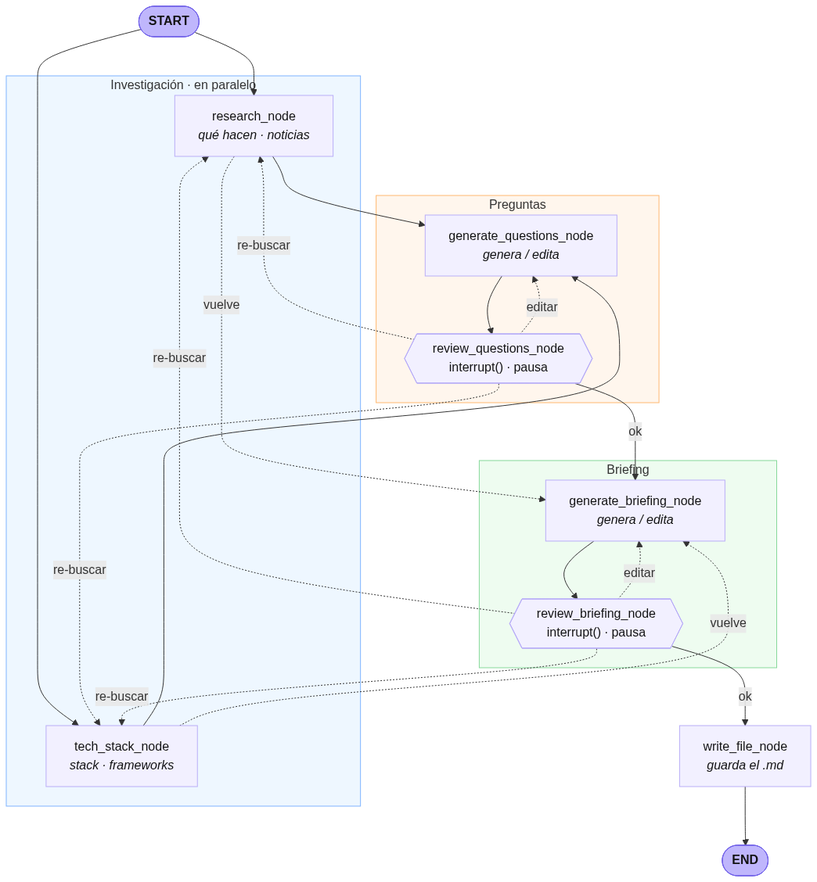
JorgePulgar/interview-preparation-agent keeps this Mermaid diagram as graph.png. Above is the earlier version. Its source is kept beside it as graph.mmd. The source it was exported from:
```mermaid
flowchart TD
    START([START]):::se

    subgraph RES["Investigación · en paralelo"]
        direction LR
        research["research_node<br/><i>qué hacen · noticias</i>"]
        tech["tech_stack_node<br/><i>stack · frameworks</i>"]
    end

    subgraph QST["Preguntas"]
        direction LR
        genq["generate_questions_node<br/><i>genera / edita</i>"]
        revq{{"review_questions_node<br/>interrupt() · pausa"}}
    end

    subgraph BRF["Briefing"]
        direction LR
        genb["generate_briefing_node<br/><i>genera / edita</i>"]
        revb{{"review_briefing_node<br/>interrupt() · pausa"}}
    end

    write["write_file_node<br/><i>guarda el .md</i>"]
    DONE([END]):::se

    START --> research
    START --> tech
    research --> genq
    tech --> genq
    genq --> revq
    revq -- "ok" --> genb
    genb --> revb
    revb -- "ok" --> write
    write --> DONE

    revq -. "editar" .-> genq
    revb -. "editar" .-> genb

    revq -. "re-buscar" .-> research
    revq -. "re-buscar" .-> tech
    revb -. "re-buscar" .-> research
    revb -. "re-buscar" .-> tech
    research -. "vuelve" .-> genb
    tech -. "vuelve" .-> genb

    classDef se fill:#bfb6fc,stroke:#6c5ce7,color:#111,font-weight:bold;
    classDef default fill:#f2f0ff,stroke:#b9aef7,color:#111;
    style RES fill:#eef7ff,stroke:#7fb3ff
    style QST fill:#fff6ed,stroke:#ffb870
    style BRF fill:#eefcf0,stroke:#86d99a
```
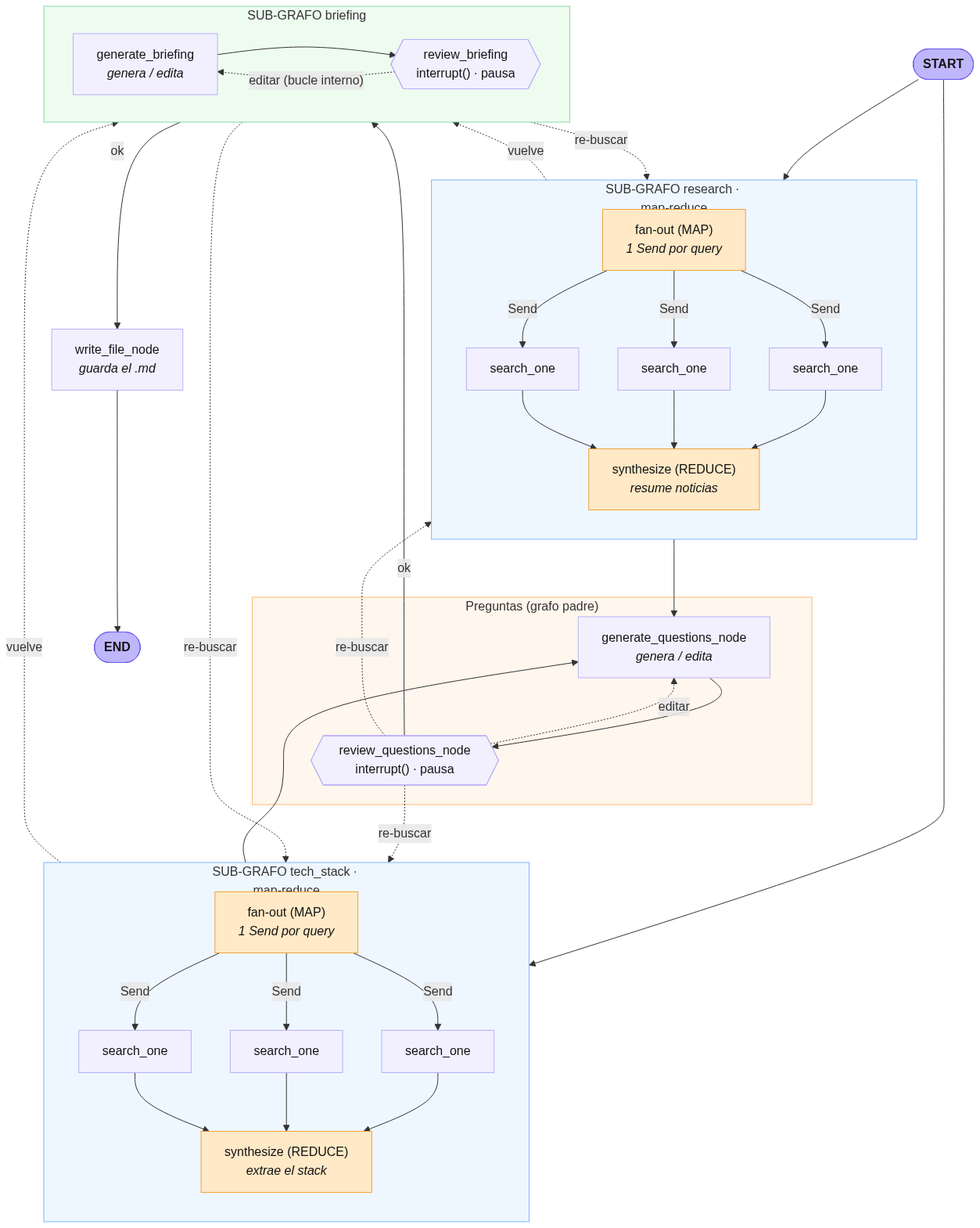
The same diagram one commit later.

Commit message:
Refactor search into map-reduce sub-graphs; wrap briefing as sub-graph

Diff of the diagram source:
```diff
@@ -1,49 +1,75 @@
 flowchart TD
     START([START]):::se
 
-    subgraph RES["Investigación · en paralelo"]
-        direction LR
-        research["research_node<br/><i>qué hacen · noticias</i>"]
-        tech["tech_stack_node<br/><i>stack · frameworks</i>"]
+    subgraph RES["SUB-GRAFO research · map-reduce"]
+        direction TB
+        rfan["fan-out (MAP)<br/><i>1 Send por query</i>"]:::map
+        rw1["search_one"]
+        rw2["search_one"]
+        rw3["search_one"]
+        rsyn["synthesize (REDUCE)<br/><i>resume noticias</i>"]:::map
+        rfan -- Send --> rw1
+        rfan -- Send --> rw2
+        rfan -- Send --> rw3
+        rw1 --> rsyn
+        rw2 --> rsyn
+        rw3 --> rsyn
     end
 
-    subgraph QST["Preguntas"]
+    subgraph TEC["SUB-GRAFO tech_stack · map-reduce"]
+        direction TB
+        tfan["fan-out (MAP)<br/><i>1 Send por query</i>"]:::map
+        tw1["search_one"]
+        tw2["search_one"]
+        tw3["search_one"]
+        tsyn["synthesize (REDUCE)<br/><i>extrae el stack</i>"]:::map
+        tfan -- Send --> tw1
+        tfan -- Send --> tw2
+        tfan -- Send --> tw3
+        tw1 --> tsyn
+        tw2 --> tsyn
+        tw3 --> tsyn
+    end
+
+    subgraph QST["Preguntas (grafo padre)"]
         direction LR
         genq["generate_questions_node<br/><i>genera / edita</i>"]
         revq{{"review_questions_node<br/>interrupt() · pausa"}}
     end
 
-    subgraph BRF["Briefing"]
+    subgraph BRF["SUB-GRAFO briefing"]
         direction LR
-        genb["generate_briefing_node<br/><i>genera / edita</i>"]
-        revb{{"review_briefing_node<br/>interrupt() · pausa"}}
+        genb["generate_briefing<br/><i>genera / edita</i>"]
+        revb{{"review_briefing<br/>interrupt() · pausa"}}
+        genb --> revb
+        revb -. "editar (bucle interno)" .-> genb
     end
 
     write["write_file_node<br/><i>guarda el .md</i>"]
     DONE([END]):::se
 
-    START --> research
-    START --> tech
-    research --> genq
-    tech --> genq
+    START --> RES
+    START --> TEC
+    RES --> genq
+    TEC --> genq
     genq --> revq
-    revq -- "ok" --> genb
-    genb --> revb
-    revb -- "ok" --> write
+    revq -- "ok" --> BRF
+    BRF -- "ok" --> write
     write --> DONE
 
     revq -. "editar" .-> genq
-    revb -. "editar" .-> genb
 
-    revq -. "re-buscar" .-> research
-    revq -. "re-buscar" .-> tech
-    revb -. "re-buscar" .-> research
-    revb -. "re-buscar" .-> tech
-    research -. "vuelve" .-> genb
-    tech -. "vuelve" .-> genb
+    revq -. "re-buscar" .-> RES
+    revq -. "re-buscar" .-> TEC
+    BRF -. "re-buscar" .-> RES
+    BRF -. "re-buscar" .-> TEC
+    RES -. "vuelve" .-> BRF
+    TEC -. "vuelve" .-> BRF
 
     classDef se fill:#bfb6fc,stroke:#6c5ce7,color:#111,font-weight:bold;
     classDef default fill:#f2f0ff,stroke:#b9aef7,color:#111;
+    classDef map fill:#ffe9c7,stroke:#f0a23b,color:#111;
     style RES fill:#eef7ff,stroke:#7fb3ff
+    style TEC fill:#eef7ff,stroke:#7fb3ff
     style QST fill:#fff6ed,stroke:#ffb870
     style BRF fill:#eefcf0,stroke:#86d99a
```
